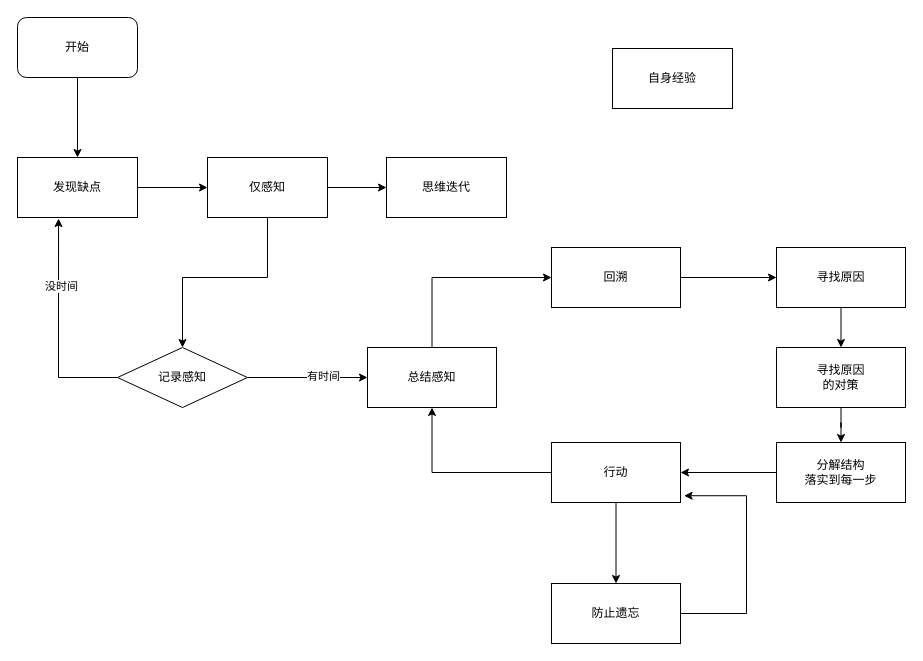
This is page "第 1 页" (1 of 5) of Untitled Diagram.drawio from 1643001598/pdf, a draw.io file, before an edit. Source tidied: cells renumbered, new cells numbered last; positions are measured from the earlier drawing's top-left corner, leaving out a move shared by most shapes. Both pictures are drawn from the tidied source at 100%, with x=0, y=0 at pixel (17, 17).
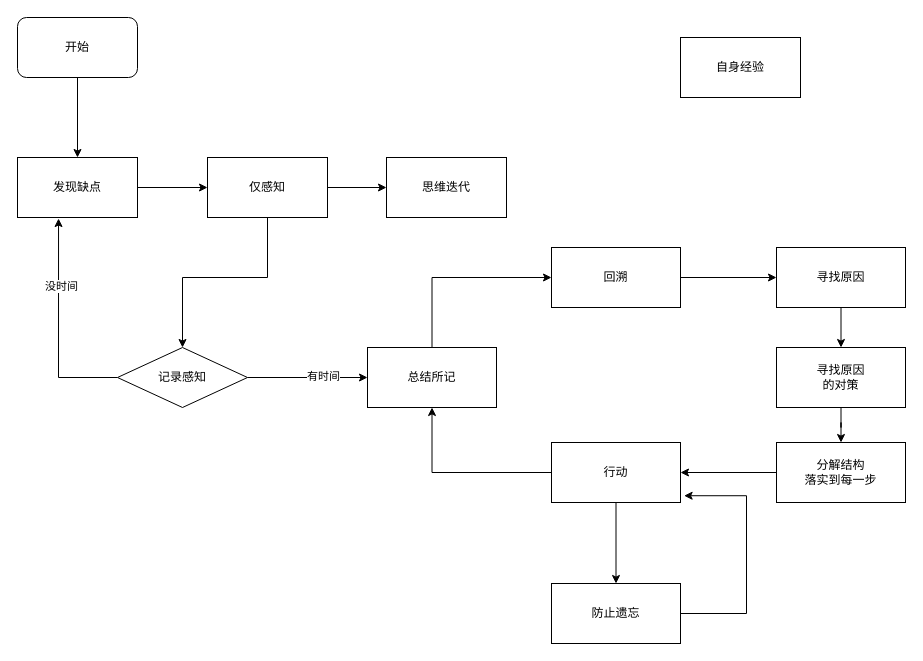
The same diagram, later.

Change to the diagram source:
```diff
@@
-    <mxCell id="14" value="&lt;div&gt;总结感知&lt;/div&gt;" style="whiteSpace=wrap;html=1;" parent="1" vertex="1">
+    <mxCell id="14" value="&lt;div&gt;总结所记&lt;/div&gt;" style="whiteSpace=wrap;html=1;" parent="1" vertex="1">
       <mxGeometry x="350" y="330" width="129" height="60" as="geometry" />
     </mxCell>
@@
     <mxCell id="31" value="&lt;div&gt;自身经验&lt;/div&gt;" style="whiteSpace=wrap;html=1;" parent="1" vertex="1">
-      <mxGeometry x="595" y="31" width="120" height="60" as="geometry" />
+      <mxGeometry x="663" y="20" width="120" height="60" as="geometry" />
     </mxCell>
```
